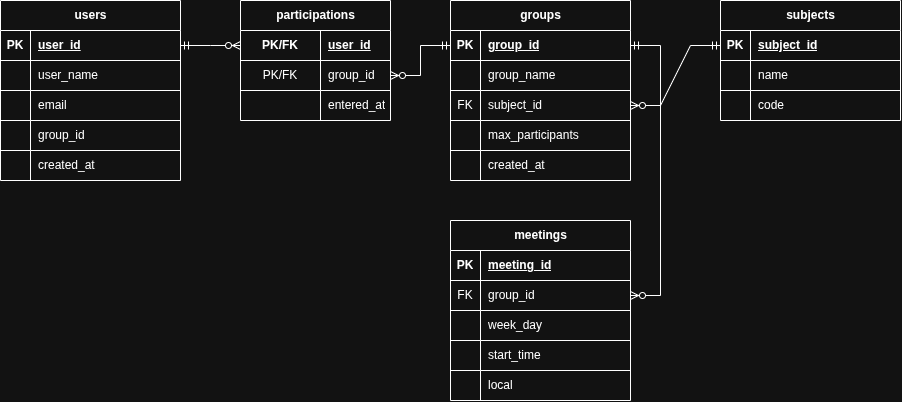
This is docs/der.png from mikcoffee/learnplat, a draw.io export, as it was before one commit. Source tidied: cells renumbered, new cells last; positions are measured from the earlier drawing's top-left corner, leaving out a move shared by most shapes.
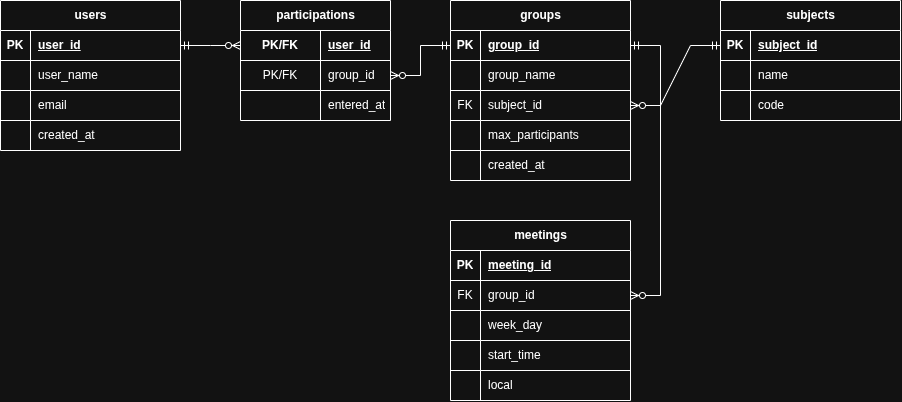
After the change.

Change to the diagram source:
```diff
@@ -135,7 +135,7 @@
       <mxGeometry x="0.19" relative="1" as="geometry" />
     </mxCell>
     <mxCell id="46" value="users" style="shape=table;startSize=30;rowLines=1;fontStyle=1;align=center;html=1;" parent="1" vertex="1">
-      <mxGeometry width="180" height="180" as="geometry" />
+      <mxGeometry width="180" height="150" as="geometry" />
     </mxCell>
     <mxCell id="47" style="shape=tableRow;horizontal=0;startSize=0;swimlaneHead=0;swimlaneBody=0;fillColor=none;points=[[0,0.5],[1,0.5]];portConstraint=eastwest;top=0;left=0;right=0;bottom=1;" parent="46" vertex="1">
       <mxGeometry y="30" width="180" height="30" as="geometry" />
@@ -170,18 +170,9 @@
     <mxCell id="57" style="shape=partialRectangle;fillColor=none;top=0;left=0;bottom=0;right=0;overflow=hidden;whiteSpace=wrap;html=1;" parent="56" vertex="1">
       <mxGeometry width="30" height="30" as="geometry" />
     </mxCell>
-    <mxCell id="58" value="group_id" style="shape=partialRectangle;fillColor=none;top=0;left=0;bottom=0;right=0;align=left;spacingLeft=6;overflow=hidden;whiteSpace=wrap;html=1;" parent="56" vertex="1">
+    <mxCell id="58" value="created_at" style="shape=partialRectangle;fillColor=none;top=0;left=0;bottom=0;right=0;align=left;spacingLeft=6;overflow=hidden;whiteSpace=wrap;html=1;" parent="56" vertex="1">
       <mxGeometry x="30" width="150" height="30" as="geometry" />
     </mxCell>
-    <mxCell id="59" style="shape=tableRow;horizontal=0;startSize=0;swimlaneHead=0;swimlaneBody=0;fillColor=none;top=0;left=0;right=0;bottom=0;" parent="46" vertex="1">
-      <mxGeometry y="150" width="180" height="30" as="geometry" />
-    </mxCell>
-    <mxCell id="60" style="shape=partialRectangle;fillColor=none;top=0;left=0;bottom=0;right=0;overflow=hidden;whiteSpace=wrap;html=1;" parent="59" vertex="1">
-      <mxGeometry width="30" height="30" as="geometry" />
-    </mxCell>
-    <mxCell id="61" value="created_at" style="shape=partialRectangle;fillColor=none;top=0;left=0;bottom=0;right=0;align=left;spacingLeft=6;overflow=hidden;whiteSpace=wrap;html=1;" parent="59" vertex="1">
-      <mxGeometry x="30" width="150" height="30" as="geometry" />
-    </mxCell>
     <mxCell id="62" value="participations" style="shape=table;startSize=30;rowLines=1;fontStyle=1;align=center;html=1;" parent="1" vertex="1">
       <mxGeometry x="240" width="150" height="120" as="geometry" />
     </mxCell>
```
